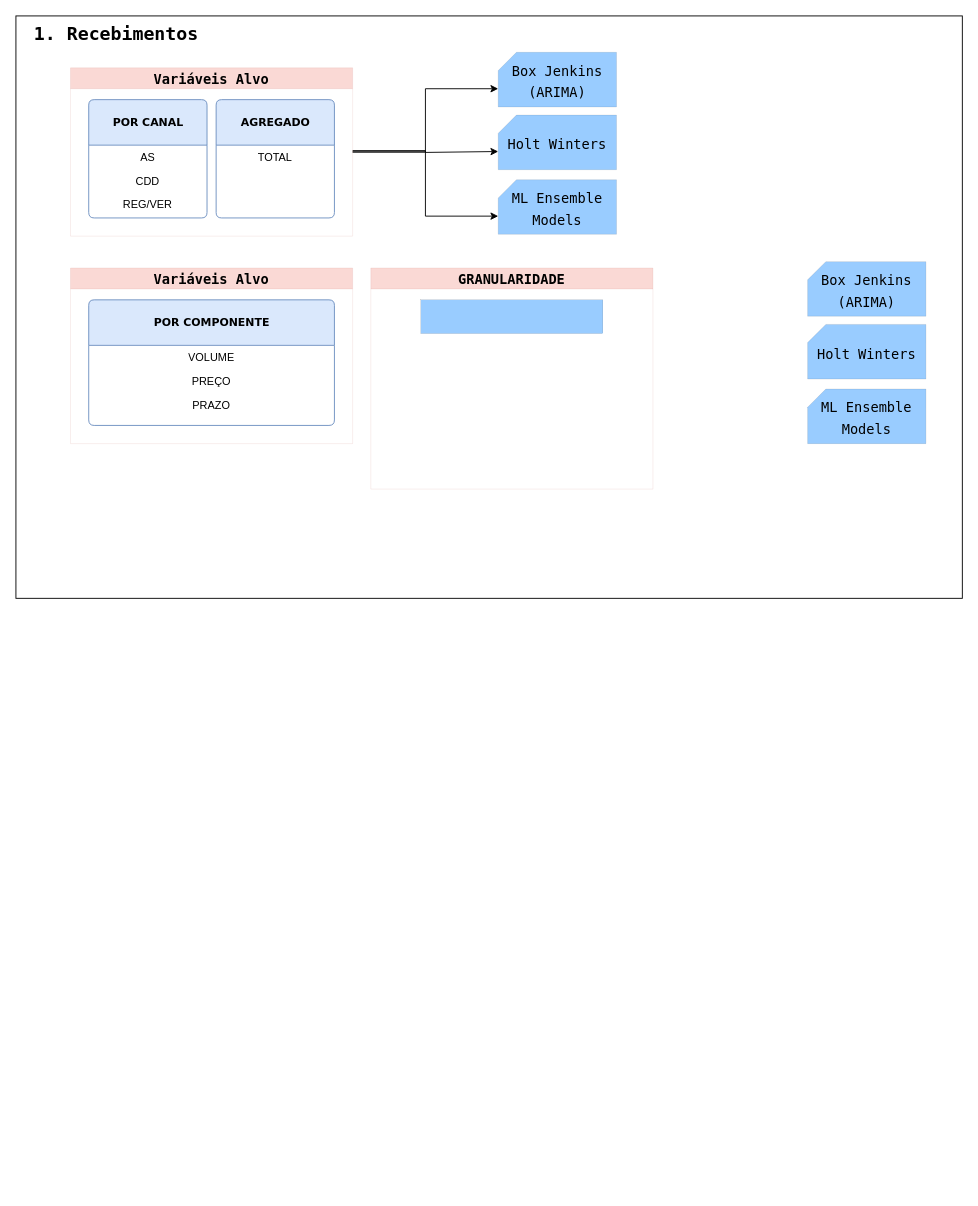
thiago3442/intermediate-python-course keeps this draw.io diagram as Untitled Diagram.drawio. Above is the earlier version. Source tidied: cells renumbered, new cells numbered last; positions are measured from the earlier drawing's top-left corner, leaving out a move shared by most shapes. Both pictures are drawn from the tidied source at 91%, with x=0, y=0 at pixel (15, 15).
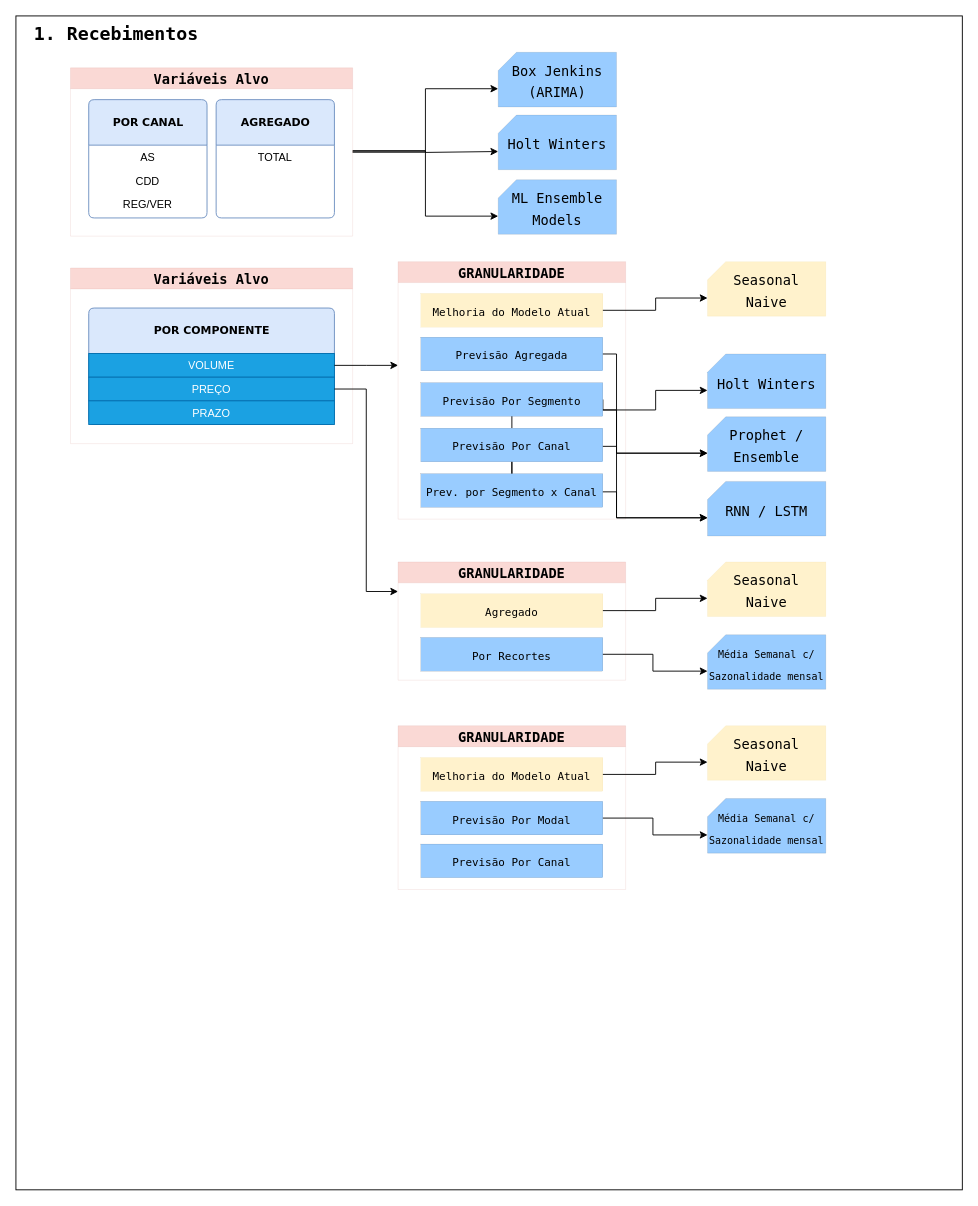
The same page after the edit.

What changed in the source:
```diff
@@
     <mxCell id="2" style="whiteSpace=wrap;html=1;" parent="1" vertex="1">
-      <mxGeometry width="1040" height="640" as="geometry" />
+      <mxGeometry width="1040" height="1290" as="geometry" />
     </mxCell>
@@
-    <mxCell id="17" value="&lt;font style=&quot;font-size: 15px&quot;&gt;&lt;font style=&quot;font-size: 15px&quot;&gt;Box Jenkins&lt;br&gt;(AR&lt;/font&gt;IMA)&lt;/font&gt;" style="shape=card;whiteSpace=wrap;html=1;fontFamily=Lucida Console;fontSize=20;strokeWidth=0;fillColor=#99CCFF;size=20;" parent="1" vertex="1">
-      <mxGeometry x="870" y="270" width="130" height="60" as="geometry" />
+    <mxCell id="17" value="&lt;span style=&quot;font-size: 15px&quot;&gt;Holt Winters&lt;/span&gt;" style="shape=card;whiteSpace=wrap;html=1;fontFamily=Lucida Console;fontSize=20;strokeWidth=0;fillColor=#99CCFF;size=20;" parent="1" vertex="1">
+      <mxGeometry x="760" y="371.5" width="130" height="60" as="geometry" />
     </mxCell>
-    <mxCell id="18" value="&lt;font style=&quot;font-size: 15px&quot;&gt;Holt Winters&lt;/font&gt;" style="shape=card;whiteSpace=wrap;html=1;fontFamily=Lucida Console;fontSize=20;strokeWidth=0;fillColor=#99CCFF;size=20;" parent="1" vertex="1">
-      <mxGeometry x="870" y="339" width="130" height="60" as="geometry" />
+    <mxCell id="18" value="&lt;span style=&quot;font-size: 15px&quot;&gt;Prophet / Ensemble&lt;/span&gt;" style="shape=card;whiteSpace=wrap;html=1;fontFamily=Lucida Console;fontSize=20;strokeWidth=0;fillColor=#99CCFF;size=20;" parent="1" vertex="1">
+      <mxGeometry x="760" y="440.5" width="130" height="60" as="geometry" />
     </mxCell>
-    <mxCell id="19" value="&lt;font style=&quot;font-size: 15px&quot;&gt;ML Ensemble&lt;br&gt;Models&lt;/font&gt;" style="shape=card;whiteSpace=wrap;html=1;fontFamily=Lucida Console;fontSize=20;strokeWidth=0;fillColor=#99CCFF;size=20;" parent="1" vertex="1">
-      <mxGeometry x="870" y="410" width="130" height="60" as="geometry" />
+    <mxCell id="19" value="&lt;span style=&quot;font-size: 15px&quot;&gt;RNN / LSTM&lt;/span&gt;" style="shape=card;whiteSpace=wrap;html=1;fontFamily=Lucida Console;fontSize=20;strokeWidth=0;fillColor=#99CCFF;size=20;" parent="1" vertex="1">
+      <mxGeometry x="760" y="511.5" width="130" height="60" as="geometry" />
     </mxCell>
@@
     <mxCell id="21" value="&lt;b&gt;POR COMPONENTE&lt;/b&gt;" style="swimlane;html=1;fontStyle=0;horizontal=1;startSize=50;fillColor=#dae8fc;swimlaneFillColor=#ffffff;align=center;rounded=1;shadow=0;comic=0;labelBackgroundColor=none;strokeWidth=1;fontFamily=Verdana;fontSize=12;strokeColor=#6c8ebf;arcSize=4;" parent="1" vertex="1">
-      <mxGeometry x="80" y="312" width="270" height="138" as="geometry" />
+      <mxGeometry x="80" y="321" width="270" height="128" as="geometry" />
     </mxCell>
-    <mxCell id="22" value="VOLUME" style="text;html=1;strokeColor=none;fillColor=none;spacingLeft=4;spacingRight=4;whiteSpace=wrap;overflow=hidden;points=[[0,0.5],[1,0.5]];portConstraint=eastwest;align=center;" parent="21" vertex="1">
+    <mxCell id="22" value="VOLUME" style="text;html=1;spacingLeft=4;spacingRight=4;whiteSpace=wrap;overflow=hidden;points=[[0,0.5],[1,0.5]];portConstraint=eastwest;align=center;fillColor=#1ba1e2;strokeColor=#006EAF;fontColor=#ffffff;" parent="21" vertex="1">
       <mxGeometry y="50" width="270" height="26" as="geometry" />
     </mxCell>
-    <mxCell id="23" value="PREÇO" style="text;html=1;strokeColor=none;fillColor=none;spacingLeft=4;spacingRight=4;whiteSpace=wrap;overflow=hidden;points=[[0,0.5],[1,0.5]];portConstraint=eastwest;align=center;" parent="21" vertex="1">
+    <mxCell id="23" value="PREÇO" style="text;html=1;strokeColor=#006EAF;fillColor=#1ba1e2;spacingLeft=4;spacingRight=4;whiteSpace=wrap;overflow=hidden;points=[[0,0.5],[1,0.5]];portConstraint=eastwest;align=center;fontColor=#ffffff;" parent="21" vertex="1">
       <mxGeometry y="76" width="270" height="26" as="geometry" />
     </mxCell>
-    <mxCell id="24" value="PRAZO" style="text;html=1;strokeColor=none;fillColor=none;spacingLeft=4;spacingRight=4;whiteSpace=wrap;overflow=hidden;align=center;" parent="21" vertex="1">
+    <mxCell id="24" value="PRAZO" style="text;html=1;strokeColor=#006EAF;fillColor=#1ba1e2;spacingLeft=4;spacingRight=4;whiteSpace=wrap;overflow=hidden;align=center;fontColor=#ffffff;" parent="21" vertex="1">
       <mxGeometry y="102" width="270" height="26" as="geometry" />
     </mxCell>
     <mxCell id="25" value="GRANULARIDADE" style="swimlane;fontFamily=Lucida Console;fontSize=15;strokeWidth=0;fillColor=#fad9d5;strokeColor=#ae4132;" parent="1" vertex="1">
-      <mxGeometry x="390" y="277" width="310" height="243" as="geometry" />
+      <mxGeometry x="420" y="270" width="250" height="283" as="geometry" />
     </mxCell>
-    <mxCell id="26" style="whiteSpace=wrap;html=1;fontFamily=Lucida Console;fontSize=15;strokeWidth=0;fillColor=#99CCFF;" parent="25" vertex="1">
-      <mxGeometry x="55" y="35" width="200" height="37" as="geometry" />
+    <mxCell id="26" value="&lt;font style=&quot;font-size: 12px&quot;&gt;Melhoria do Modelo Atual&lt;/font&gt;" style="whiteSpace=wrap;html=1;fontFamily=Lucida Console;fontSize=15;strokeWidth=0;fillColor=#fff2cc;strokeColor=#d6b656;" parent="25" vertex="1">
+      <mxGeometry x="25" y="35" width="200" height="37" as="geometry" />
     </mxCell>
+    <mxCell id="27" value="&lt;font style=&quot;font-size: 12px&quot;&gt;Previsão Agregada&lt;/font&gt;" style="whiteSpace=wrap;html=1;fontFamily=Lucida Console;fontSize=15;strokeWidth=0;fillColor=#99CCFF;" parent="25" vertex="1">
+      <mxGeometry x="25" y="83" width="200" height="37" as="geometry" />
+    </mxCell>
+    <mxCell id="28" style="edgeStyle=orthogonalEdgeStyle;rounded=0;jettySize=auto;html=1;exitX=1;exitY=0.5;exitDx=0;exitDy=0;entryX=0;entryY=0;entryDx=0;entryDy=40;entryPerimeter=0;fontFamily=Lucida Console;fontSize=12;" parent="1" edge="1" source="38" target="18">
+      <mxGeometry relative="1" as="geometry">
+        <Array as="points">
+          <mxPoint x="645" y="433" />
+          <mxPoint x="660" y="433" />
+          <mxPoint x="660" y="481" />
+        </Array>
+      </mxGeometry>
+    </mxCell>
+    <mxCell id="29" style="edgeStyle=orthogonalEdgeStyle;rounded=0;jettySize=auto;html=1;entryX=0;entryY=0;entryDx=0;entryDy=40;entryPerimeter=0;fontFamily=Lucida Console;fontSize=12;" parent="1" edge="1" source="37" target="18">
+      <mxGeometry relative="1" as="geometry">
+        <Array as="points">
+          <mxPoint x="545" y="433" />
+          <mxPoint x="660" y="433" />
+          <mxPoint x="660" y="481" />
+        </Array>
+      </mxGeometry>
+    </mxCell>
+    <mxCell id="30" style="edgeStyle=orthogonalEdgeStyle;rounded=0;jettySize=auto;html=1;entryX=0;entryY=0;entryDx=0;entryDy=40;entryPerimeter=0;fontFamily=Lucida Console;fontSize=12;" parent="1" edge="1" source="37" target="19">
+      <mxGeometry relative="1" as="geometry">
+        <Array as="points">
+          <mxPoint x="545" y="523" />
+          <mxPoint x="660" y="523" />
+          <mxPoint x="660" y="552" />
+        </Array>
+      </mxGeometry>
+    </mxCell>
+    <mxCell id="31" style="edgeStyle=orthogonalEdgeStyle;rounded=0;jettySize=auto;html=1;entryX=0;entryY=0;entryDx=0;entryDy=40;entryPerimeter=0;fontFamily=Lucida Console;fontSize=12;" parent="1" edge="1" source="32" target="19">
+      <mxGeometry relative="1" as="geometry">
+        <Array as="points">
+          <mxPoint x="545" y="473" />
+          <mxPoint x="660" y="473" />
+          <mxPoint x="660" y="552" />
+        </Array>
+      </mxGeometry>
+    </mxCell>
+    <mxCell id="32" value="&lt;font style=&quot;font-size: 12px&quot;&gt;Prev. por Segmento x Canal&lt;/font&gt;" style="whiteSpace=wrap;html=1;fontFamily=Lucida Console;fontSize=15;strokeWidth=0;fillColor=#99CCFF;" parent="1" vertex="1">
+      <mxGeometry x="445" y="503" width="200" height="37" as="geometry" />
+    </mxCell>
+    <mxCell id="33" value="&lt;span style=&quot;font-size: 15px&quot;&gt;Seasonal &lt;br&gt;Naive&lt;/span&gt;" style="shape=card;whiteSpace=wrap;html=1;fontFamily=Lucida Console;fontSize=20;strokeWidth=0;fillColor=#fff2cc;size=20;strokeColor=#d6b656;align=center;" parent="1" vertex="1">
+      <mxGeometry x="760" y="270" width="130" height="60" as="geometry" />
+    </mxCell>
+    <mxCell id="34" style="edgeStyle=orthogonalEdgeStyle;rounded=0;jettySize=auto;html=1;entryX=0;entryY=0;entryDx=0;entryDy=40;entryPerimeter=0;fontFamily=Lucida Console;fontSize=12;" parent="1" edge="1" source="26" target="33">
+      <mxGeometry relative="1" as="geometry">
+        <Array as="points">
+          <mxPoint x="703" y="324" />
+          <mxPoint x="703" y="310" />
+        </Array>
+      </mxGeometry>
+    </mxCell>
+    <mxCell id="35" style="edgeStyle=orthogonalEdgeStyle;rounded=0;jettySize=auto;html=1;fontFamily=Lucida Console;fontSize=12;" parent="1" edge="1" source="22">
+      <mxGeometry relative="1" as="geometry">
+        <mxPoint x="420" y="384" as="targetPoint" />
+      </mxGeometry>
+    </mxCell>
+    <mxCell id="36" style="edgeStyle=orthogonalEdgeStyle;rounded=0;jettySize=auto;html=1;entryX=0;entryY=0;entryDx=0;entryDy=40;entryPerimeter=0;fontFamily=Lucida Console;fontSize=12;exitX=1;exitY=0.5;exitDx=0;exitDy=0;" parent="1" edge="1" source="27" target="17">
+      <mxGeometry relative="1" as="geometry">
+        <Array as="points">
+          <mxPoint x="660" y="372" />
+          <mxPoint x="660" y="433" />
+          <mxPoint x="703" y="433" />
+          <mxPoint x="703" y="412" />
+        </Array>
+      </mxGeometry>
+    </mxCell>
+    <mxCell id="37" value="&lt;font style=&quot;font-size: 12px&quot;&gt;Previsão Por Canal&lt;/font&gt;" style="whiteSpace=wrap;html=1;fontFamily=Lucida Console;fontSize=15;strokeWidth=0;fillColor=#99CCFF;" parent="1" vertex="1">
+      <mxGeometry x="445" y="453" width="200" height="37" as="geometry" />
+    </mxCell>
+    <mxCell id="38" value="&lt;font style=&quot;font-size: 12px&quot;&gt;Previsão Por Segmento&lt;/font&gt;" style="whiteSpace=wrap;html=1;fontFamily=Lucida Console;fontSize=15;strokeWidth=0;fillColor=#99CCFF;" parent="1" vertex="1">
+      <mxGeometry x="445" y="403" width="200" height="37" as="geometry" />
+    </mxCell>
+    <mxCell id="39" value="&lt;font style=&quot;font-size: 11px&quot;&gt;Média Semanal c/ Sazonalidade mensal&lt;/font&gt;" style="shape=card;whiteSpace=wrap;html=1;fontFamily=Lucida Console;fontSize=20;strokeWidth=0;fillColor=#99CCFF;size=20;" parent="1" vertex="1">
+      <mxGeometry x="760" y="680" width="130" height="60" as="geometry" />
+    </mxCell>
+    <mxCell id="40" value="GRANULARIDADE" style="swimlane;fontFamily=Lucida Console;fontSize=15;strokeWidth=0;fillColor=#fad9d5;strokeColor=#ae4132;" parent="1" vertex="1">
+      <mxGeometry x="420" y="600" width="250" height="130" as="geometry" />
+    </mxCell>
+    <mxCell id="41" value="&lt;font style=&quot;font-size: 12px&quot;&gt;Agregado&lt;/font&gt;" style="whiteSpace=wrap;html=1;fontFamily=Lucida Console;fontSize=15;strokeWidth=0;fillColor=#fff2cc;strokeColor=#d6b656;" parent="40" vertex="1">
+      <mxGeometry x="25" y="35" width="200" height="37" as="geometry" />
+    </mxCell>
+    <mxCell id="42" value="&lt;font style=&quot;font-size: 12px&quot;&gt;Por Recortes&lt;/font&gt;" style="whiteSpace=wrap;html=1;fontFamily=Lucida Console;fontSize=15;strokeWidth=0;fillColor=#99CCFF;" parent="40" vertex="1">
+      <mxGeometry x="25" y="83" width="200" height="37" as="geometry" />
+    </mxCell>
+    <mxCell id="43" value="&lt;span style=&quot;font-size: 15px&quot;&gt;Seasonal &lt;br&gt;Naive&lt;/span&gt;" style="shape=card;whiteSpace=wrap;html=1;fontFamily=Lucida Console;fontSize=20;strokeWidth=0;fillColor=#fff2cc;size=20;strokeColor=#d6b656;align=center;" parent="1" vertex="1">
+      <mxGeometry x="760" y="600" width="130" height="60" as="geometry" />
+    </mxCell>
+    <mxCell id="44" style="edgeStyle=orthogonalEdgeStyle;rounded=0;jettySize=auto;html=1;entryX=0;entryY=0;entryDx=0;entryDy=40;entryPerimeter=0;fontFamily=Lucida Console;fontSize=12;" parent="1" edge="1" source="41" target="43">
+      <mxGeometry relative="1" as="geometry">
+        <Array as="points">
+          <mxPoint x="703" y="654" />
+          <mxPoint x="703" y="640" />
+        </Array>
+      </mxGeometry>
+    </mxCell>
+    <mxCell id="45" style="edgeStyle=orthogonalEdgeStyle;rounded=0;jettySize=auto;html=1;entryX=0;entryY=0;entryDx=0;entryDy=40;entryPerimeter=0;fontFamily=Lucida Console;fontSize=12;exitX=1;exitY=0.5;exitDx=0;exitDy=0;" parent="1" edge="1" source="42" target="39">
+      <mxGeometry relative="1" as="geometry">
+        <Array as="points">
+          <mxPoint x="700" y="702" />
+          <mxPoint x="700" y="720" />
+        </Array>
+      </mxGeometry>
+    </mxCell>
+    <mxCell id="46" style="edgeStyle=orthogonalEdgeStyle;rounded=0;jettySize=auto;html=1;entryX=0;entryY=0.25;entryDx=0;entryDy=0;fontFamily=Lucida Console;fontSize=12;" parent="1" edge="1" source="23" target="40">
+      <mxGeometry relative="1" as="geometry" />
+    </mxCell>
+    <mxCell id="47" value="&lt;font style=&quot;font-size: 11px&quot;&gt;Média Semanal c/ Sazonalidade mensal&lt;/font&gt;" style="shape=card;whiteSpace=wrap;html=1;fontFamily=Lucida Console;fontSize=20;strokeWidth=0;fillColor=#99CCFF;size=20;" parent="1" vertex="1">
+      <mxGeometry x="760" y="860" width="130" height="60" as="geometry" />
+    </mxCell>
+    <mxCell id="48" value="GRANULARIDADE" style="swimlane;fontFamily=Lucida Console;fontSize=15;strokeWidth=0;fillColor=#fad9d5;strokeColor=#ae4132;" parent="1" vertex="1">
+      <mxGeometry x="420" y="780" width="250" height="180" as="geometry" />
+    </mxCell>
+    <mxCell id="49" value="&lt;font style=&quot;font-size: 12px&quot;&gt;Melhoria do Modelo Atual&lt;/font&gt;" style="whiteSpace=wrap;html=1;fontFamily=Lucida Console;fontSize=15;strokeWidth=0;fillColor=#fff2cc;strokeColor=#d6b656;" parent="48" vertex="1">
+      <mxGeometry x="25" y="35" width="200" height="37" as="geometry" />
+    </mxCell>
+    <mxCell id="50" value="&lt;font style=&quot;font-size: 12px&quot;&gt;Previsão Por Modal&lt;/font&gt;" style="whiteSpace=wrap;html=1;fontFamily=Lucida Console;fontSize=15;strokeWidth=0;fillColor=#99CCFF;" parent="48" vertex="1">
+      <mxGeometry x="25" y="83" width="200" height="37" as="geometry" />
+    </mxCell>
+    <mxCell id="51" value="&lt;font style=&quot;font-size: 12px&quot;&gt;Previsão Por Canal&lt;/font&gt;" style="whiteSpace=wrap;html=1;fontFamily=Lucida Console;fontSize=15;strokeWidth=0;fillColor=#99CCFF;" parent="48" vertex="1">
+      <mxGeometry x="25" y="130" width="200" height="37" as="geometry" />
+    </mxCell>
+    <mxCell id="52" value="&lt;span style=&quot;font-size: 15px&quot;&gt;Seasonal &lt;br&gt;Naive&lt;/span&gt;" style="shape=card;whiteSpace=wrap;html=1;fontFamily=Lucida Console;fontSize=20;strokeWidth=0;fillColor=#fff2cc;size=20;strokeColor=#d6b656;align=center;" parent="1" vertex="1">
+      <mxGeometry x="760" y="780" width="130" height="60" as="geometry" />
+    </mxCell>
+    <mxCell id="53" style="edgeStyle=orthogonalEdgeStyle;rounded=0;jettySize=auto;html=1;entryX=0;entryY=0;entryDx=0;entryDy=40;entryPerimeter=0;fontFamily=Lucida Console;fontSize=12;" parent="1" edge="1" source="49" target="52">
+      <mxGeometry relative="1" as="geometry">
+        <Array as="points">
+          <mxPoint x="703" y="834" />
+          <mxPoint x="703" y="820" />
+        </Array>
+      </mxGeometry>
+    </mxCell>
+    <mxCell id="54" style="edgeStyle=orthogonalEdgeStyle;rounded=0;jettySize=auto;html=1;entryX=0;entryY=0;entryDx=0;entryDy=40;entryPerimeter=0;fontFamily=Lucida Console;fontSize=12;exitX=1;exitY=0.5;exitDx=0;exitDy=0;" parent="1" edge="1" source="50" target="47">
+      <mxGeometry relative="1" as="geometry">
+        <Array as="points">
+          <mxPoint x="700" y="882" />
+          <mxPoint x="700" y="900" />
+        </Array>
+      </mxGeometry>
+    </mxCell>
```
